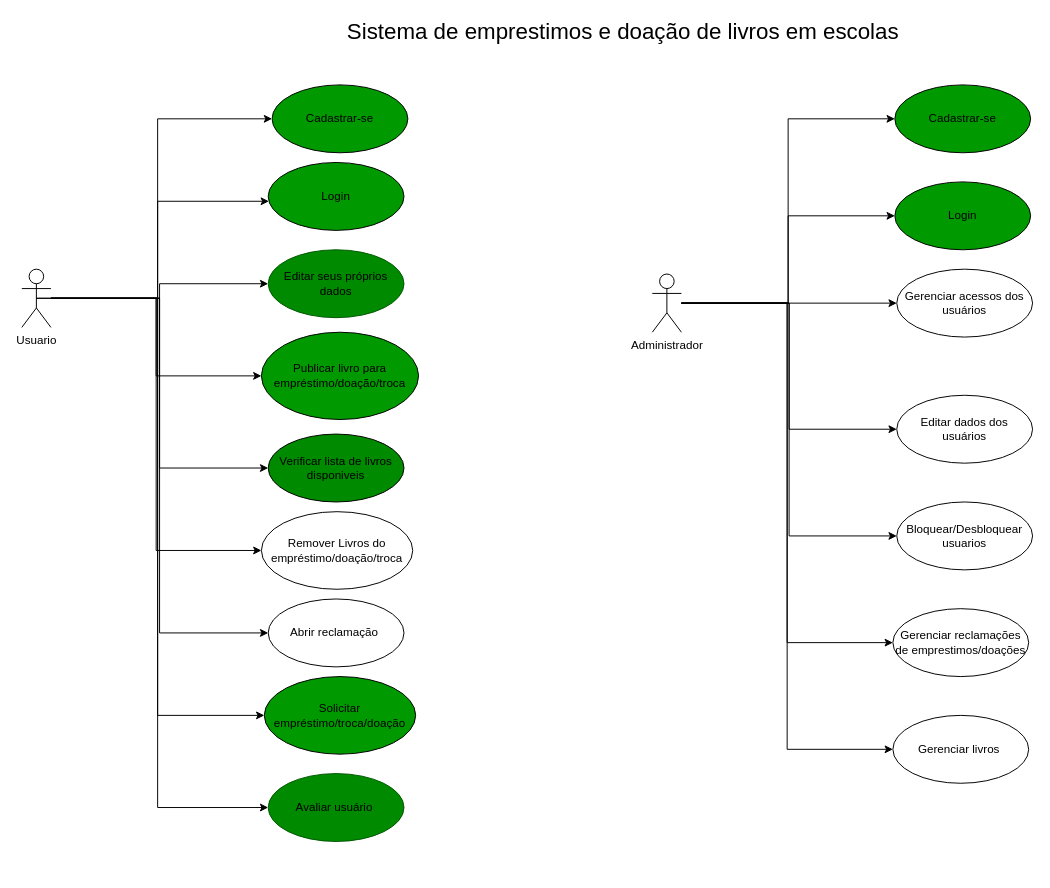
The draw.io diagram page "Caso de uso" (1 of 8) of Diagramas/Diagramas.drawio in Raphael0305/Fatec-PI, before the edit. Source tidied: cells renumbered, new cells numbered last; positions are measured from the earlier drawing's top-left corner, leaving out a move shared by most shapes. Both pictures are drawn from the tidied source at 97%, with x=0, y=0 at pixel (21, 16).
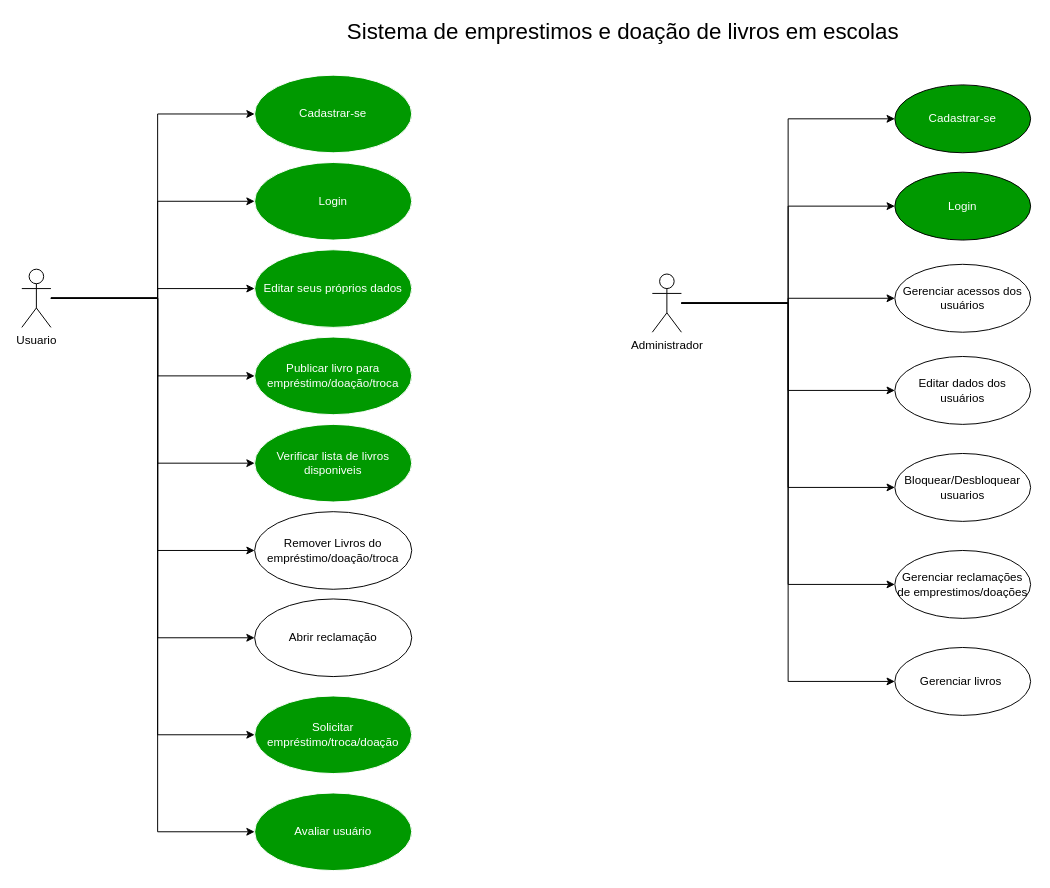
The same page after the edit.

The change refers to these unchanged cells:
```xml
<mxCell id="11" value="Usuario" style="shape=umlActor;verticalLabelPosition=bottom;verticalAlign=top;html=1;" parent="1" vertex="1">
  <mxGeometry y="260" width="30" height="60" as="geometry" />
</mxCell>
<mxCell id="19" value="Administrador" style="shape=umlActor;verticalLabelPosition=bottom;verticalAlign=top;html=1;" parent="1" vertex="1">
  <mxGeometry x="650" y="265" width="30" height="60" as="geometry" />
</mxCell>
```

Diff of the diagram source:
```diff
@@
     <mxCell id="2" style="edgeStyle=orthogonalEdgeStyle;rounded=0;jettySize=auto;html=1;entryX=0;entryY=0.5;entryDx=0;entryDy=0;" parent="1" edge="1" source="11" target="21">
       <mxGeometry relative="1" as="geometry">
         <Array as="points">
           <mxPoint x="140" y="290" />
-          <mxPoint x="140" y="105" />
+          <mxPoint x="140" y="100" />
         </Array>
       </mxGeometry>
     </mxCell>
-    <mxCell id="3" style="edgeStyle=orthogonalEdgeStyle;rounded=0;jettySize=auto;html=1;" parent="1" edge="1" source="11" target="20">
-      <mxGeometry relative="1" as="geometry">
-        <Array as="points">
-          <mxPoint x="140" y="290" />
-          <mxPoint x="140" y="190" />
-        </Array>
-      </mxGeometry>
-    </mxCell>
+    <mxCell id="37" style="edgeStyle=orthogonalEdgeStyle;rounded=0;jettySize=auto;html=1;entryX=0;entryY=0.5;entryDx=0;entryDy=0;" parent="1" edge="1" source="11" target="39">
+      <mxGeometry relative="1" as="geometry">
+        <Array as="points">
+          <mxPoint x="140" y="290" />
+          <mxPoint x="140" y="190" />
+        </Array>
+      </mxGeometry>
+    </mxCell>
+    <mxCell id="9" style="edgeStyle=orthogonalEdgeStyle;rounded=0;jettySize=auto;html=1;" parent="1" edge="1" source="11" target="29">
+      <mxGeometry relative="1" as="geometry">
+        <Array as="points">
+          <mxPoint x="140" y="290" />
+          <mxPoint x="140" y="280" />
+        </Array>
+      </mxGeometry>
+    </mxCell>
     <mxCell id="4" style="edgeStyle=orthogonalEdgeStyle;rounded=0;jettySize=auto;html=1;entryX=0;entryY=0.5;entryDx=0;entryDy=0;" parent="1" edge="1" source="11" target="22">
-      <mxGeometry relative="1" as="geometry" />
+      <mxGeometry relative="1" as="geometry">
+        <Array as="points">
+          <mxPoint x="140" y="290" />
+          <mxPoint x="140" y="370" />
+        </Array>
+      </mxGeometry>
     </mxCell>
     <mxCell id="5" style="edgeStyle=orthogonalEdgeStyle;rounded=0;jettySize=auto;html=1;entryX=0;entryY=0.5;entryDx=0;entryDy=0;" parent="1" edge="1" source="11" target="25">
-      <mxGeometry relative="1" as="geometry" />
+      <mxGeometry relative="1" as="geometry">
+        <Array as="points">
+          <mxPoint x="140" y="290" />
+          <mxPoint x="140" y="460" />
+        </Array>
+      </mxGeometry>
     </mxCell>
     <mxCell id="6" style="edgeStyle=orthogonalEdgeStyle;rounded=0;jettySize=auto;html=1;entryX=0;entryY=0.5;entryDx=0;entryDy=0;" parent="1" edge="1" source="11" target="23">
-      <mxGeometry relative="1" as="geometry" />
+      <mxGeometry relative="1" as="geometry">
+        <Array as="points">
+          <mxPoint x="140" y="290" />
+          <mxPoint x="140" y="550" />
+        </Array>
+      </mxGeometry>
     </mxCell>
+    <mxCell id="10" style="edgeStyle=orthogonalEdgeStyle;rounded=0;jettySize=auto;html=1;entryX=0;entryY=0.5;entryDx=0;entryDy=0;" parent="1" edge="1" source="11" target="30">
+      <mxGeometry relative="1" as="geometry">
+        <Array as="points">
+          <mxPoint x="140" y="290" />
+          <mxPoint x="140" y="640" />
+        </Array>
+      </mxGeometry>
+    </mxCell>
-    <mxCell id="7" style="edgeStyle=orthogonalEdgeStyle;rounded=0;jettySize=auto;html=1;exitX=0.5;exitY=0.5;exitDx=0;exitDy=0;exitPerimeter=0;entryX=0;entryY=0.5;entryDx=0;entryDy=0;" parent="1" edge="1" source="11" target="24">
-      <mxGeometry relative="1" as="geometry" />
+    <mxCell id="7" style="edgeStyle=orthogonalEdgeStyle;rounded=0;jettySize=auto;html=1;entryX=0;entryY=0.5;entryDx=0;entryDy=0;" parent="1" edge="1" source="11" target="24">
+      <mxGeometry relative="1" as="geometry">
+        <Array as="points">
+          <mxPoint x="140" y="290" />
+          <mxPoint x="140" y="740" />
+        </Array>
+      </mxGeometry>
     </mxCell>
-    <mxCell id="8" style="edgeStyle=orthogonalEdgeStyle;rounded=0;jettySize=auto;html=1;entryX=0;entryY=0.5;entryDx=0;entryDy=0;exitX=0.5;exitY=0.5;exitDx=0;exitDy=0;exitPerimeter=0;" parent="1" edge="1" source="11" target="26">
+    <mxCell id="8" style="edgeStyle=orthogonalEdgeStyle;rounded=0;jettySize=auto;html=1;entryX=0;entryY=0.5;entryDx=0;entryDy=0;" parent="1" edge="1" source="11" target="26">
       <mxGeometry relative="1" as="geometry">
         <Array as="points">
           <mxPoint x="140" y="290" />
-          <mxPoint x="140" y="815" />
+          <mxPoint x="140" y="840" />
         </Array>
       </mxGeometry>
     </mxCell>
-    <mxCell id="9" style="edgeStyle=orthogonalEdgeStyle;rounded=0;jettySize=auto;html=1;" parent="1" edge="1" source="11" target="29">
-      <mxGeometry relative="1" as="geometry" />
-    </mxCell>
-    <mxCell id="10" style="edgeStyle=orthogonalEdgeStyle;rounded=0;jettySize=auto;html=1;entryX=0;entryY=0.5;entryDx=0;entryDy=0;" parent="1" edge="1" source="11" target="30">
-      <mxGeometry relative="1" as="geometry" />
-    </mxCell>
@@
+    <mxCell id="15" style="edgeStyle=orthogonalEdgeStyle;rounded=0;jettySize=auto;html=1;entryX=0;entryY=0.5;entryDx=0;entryDy=0;" parent="1" edge="1" source="19" target="33">
+      <mxGeometry relative="1" as="geometry" />
+    </mxCell>
+    <mxCell id="18" style="edgeStyle=orthogonalEdgeStyle;rounded=0;jettySize=auto;html=1;entryX=0;entryY=0.5;entryDx=0;entryDy=0;" parent="1" edge="1" source="19" target="36">
+      <mxGeometry relative="1" as="geometry" />
+    </mxCell>
+    <mxCell id="38" style="edgeStyle=orthogonalEdgeStyle;rounded=0;jettySize=auto;html=1;entryX=0;entryY=0.5;entryDx=0;entryDy=0;" parent="1" edge="1" source="19" target="40">
+      <mxGeometry relative="1" as="geometry" />
+    </mxCell>
+    <mxCell id="17" style="edgeStyle=orthogonalEdgeStyle;rounded=0;jettySize=auto;html=1;entryX=0;entryY=0.5;entryDx=0;entryDy=0;" parent="1" edge="1" source="19" target="35">
+      <mxGeometry relative="1" as="geometry" />
+    </mxCell>
@@
-    <mxCell id="15" style="edgeStyle=orthogonalEdgeStyle;rounded=0;jettySize=auto;html=1;entryX=0;entryY=0.5;entryDx=0;entryDy=0;" parent="1" edge="1" source="19" target="33">
-      <mxGeometry relative="1" as="geometry" />
-    </mxCell>
-    <mxCell id="16" style="edgeStyle=orthogonalEdgeStyle;rounded=0;jettySize=auto;html=1;entryX=0;entryY=0.5;entryDx=0;entryDy=0;" parent="1" edge="1" source="19" target="34">
-      <mxGeometry relative="1" as="geometry">
-        <Array as="points">
-          <mxPoint x="790" y="295" />
-          <mxPoint x="790" y="205" />
-        </Array>
-      </mxGeometry>
-    </mxCell>
-    <mxCell id="17" style="edgeStyle=orthogonalEdgeStyle;rounded=0;jettySize=auto;html=1;entryX=0;entryY=0.5;entryDx=0;entryDy=0;" parent="1" edge="1" source="19" target="35">
-      <mxGeometry relative="1" as="geometry">
-        <Array as="points">
-          <mxPoint x="900" y="295" />
-        </Array>
-      </mxGeometry>
-    </mxCell>
-    <mxCell id="18" style="edgeStyle=orthogonalEdgeStyle;rounded=0;jettySize=auto;html=1;entryX=0;entryY=0.5;entryDx=0;entryDy=0;" parent="1" edge="1" source="19" target="36">
-      <mxGeometry relative="1" as="geometry" />
-    </mxCell>
@@
-    <mxCell id="20" value="Login" style="ellipse;whiteSpace=wrap;html=1;fillColor=#009900;" parent="1" vertex="1">
-      <mxGeometry x="254" y="150" width="140" height="70" as="geometry" />
-    </mxCell>
-    <mxCell id="21" value="Cadastrar-se" style="ellipse;whiteSpace=wrap;html=1;fillColor=#009900;" parent="1" vertex="1">
-      <mxGeometry x="258" y="70" width="140" height="70" as="geometry" />
+    <mxCell id="21" value="&lt;font color=&quot;#ffffff&quot;&gt;Cadastrar-se&lt;/font&gt;" style="ellipse;whiteSpace=wrap;html=1;fillColor=#009900;strokeColor=#FFFFFF;" parent="1" vertex="1">
+      <mxGeometry x="240" y="60" width="162" height="80" as="geometry" />
     </mxCell>
+    <mxCell id="32" value="&lt;font style=&quot;font-size: 23px;&quot;&gt;Sistema de emprestimos e doação de livros em escolas&lt;/font&gt;" style="text;html=1;align=center;verticalAlign=middle;whiteSpace=wrap;rounded=0;" parent="1" vertex="1">
+      <mxGeometry x="290" width="660" height="30" as="geometry" />
+    </mxCell>
+    <mxCell id="33" value="&lt;font color=&quot;#ffffff&quot;&gt;Cadastrar-se&lt;/font&gt;" style="ellipse;whiteSpace=wrap;html=1;fillColor=#009900;" parent="1" vertex="1">
+      <mxGeometry x="900" y="70" width="140" height="70" as="geometry" />
+    </mxCell>
+    <mxCell id="36" value="Gerenciar&lt;span style=&quot;background-color: initial;&quot;&gt;&amp;nbsp;livros&amp;nbsp;&lt;/span&gt;" style="ellipse;whiteSpace=wrap;html=1;" parent="1" vertex="1">
+      <mxGeometry x="900" y="650" width="140" height="70" as="geometry" />
+    </mxCell>
+    <mxCell id="39" value="&lt;font color=&quot;#ffffff&quot;&gt;Login&lt;/font&gt;" style="ellipse;whiteSpace=wrap;html=1;fillColor=#009900;strokeColor=#FFFFFF;" parent="1" vertex="1">
+      <mxGeometry x="240" y="150" width="162" height="80" as="geometry" />
+    </mxCell>
+    <mxCell id="29" value="&lt;font color=&quot;#ffffff&quot;&gt;Editar seus próprios dados&lt;/font&gt;" style="ellipse;whiteSpace=wrap;html=1;fillColor=#009900;strokeColor=#FFFFFF;" parent="1" vertex="1">
+      <mxGeometry x="240" y="240" width="162" height="80" as="geometry" />
+    </mxCell>
-    <mxCell id="22" value="Publicar livro para empréstimo/doação/troca" style="ellipse;whiteSpace=wrap;html=1;fillColor=#009900;" parent="1" vertex="1">
-      <mxGeometry x="247" y="325" width="162" height="90" as="geometry" />
+    <mxCell id="22" value="&lt;span style=&quot;color: rgb(255, 255, 255);&quot;&gt;Publicar livro para empréstimo/doação/troca&lt;/span&gt;" style="ellipse;whiteSpace=wrap;html=1;fillColor=#009900;strokeColor=#FFFFFF;" parent="1" vertex="1">
+      <mxGeometry x="240" y="330" width="162" height="80" as="geometry" />
     </mxCell>
+    <mxCell id="25" value="&lt;span style=&quot;color: rgb(255, 255, 255);&quot;&gt;Verificar lista de livros disponiveis&lt;/span&gt;" style="ellipse;whiteSpace=wrap;html=1;fillColor=#009900;strokeColor=#FFFFFF;" parent="1" vertex="1">
+      <mxGeometry x="240" y="420" width="162" height="80" as="geometry" />
+    </mxCell>
-    <mxCell id="23" value="Remover Livros do empréstimo/doação/troca" style="ellipse;whiteSpace=wrap;html=1;" parent="1" vertex="1">
-      <mxGeometry x="247" y="510" width="156" height="80" as="geometry" />
+    <mxCell id="23" value="Remover Livros do empréstimo/doação/troca" style="ellipse;whiteSpace=wrap;html=1;fillColor=#FFFFFF;strokeColor=#000000;" parent="1" vertex="1">
+      <mxGeometry x="240" y="510" width="162" height="80" as="geometry" />
     </mxCell>
+    <mxCell id="30" value="Abrir reclamação" style="ellipse;whiteSpace=wrap;html=1;fillColor=#FFFFFF;strokeColor=#000000;" parent="1" vertex="1">
+      <mxGeometry x="240" y="600" width="162" height="80" as="geometry" />
+    </mxCell>
-    <mxCell id="24" value="Solicitar empréstimo/troca/doação" style="ellipse;whiteSpace=wrap;html=1;fillColor=#009900;" parent="1" vertex="1">
-      <mxGeometry x="250" y="680" width="156" height="80" as="geometry" />
+    <mxCell id="24" value="&lt;span style=&quot;color: rgb(255, 255, 255);&quot;&gt;Solicitar empréstimo/troca/doação&lt;/span&gt;" style="ellipse;whiteSpace=wrap;html=1;fillColor=#009900;strokeColor=#FFFFFF;" parent="1" vertex="1">
+      <mxGeometry x="240" y="700" width="162" height="80" as="geometry" />
     </mxCell>
-    <mxCell id="25" value="Verificar lista de livros disponiveis" style="ellipse;whiteSpace=wrap;html=1;fillColor=#008a00;strokeColor=default;fontColor=#000000;labelBackgroundColor=none;" parent="1" vertex="1">
-      <mxGeometry x="254" y="430" width="140" height="70" as="geometry" />
-    </mxCell>
-    <mxCell id="26" value="Avaliar usuário&amp;nbsp;" style="ellipse;whiteSpace=wrap;html=1;fillColor=#008a00;fontColor=#000000;strokeColor=#005700;" parent="1" vertex="1">
-      <mxGeometry x="254" y="780" width="140" height="70" as="geometry" />
+    <mxCell id="26" value="&lt;span style=&quot;color: rgb(255, 255, 255);&quot;&gt;Avaliar usuário&lt;/span&gt;" style="ellipse;whiteSpace=wrap;html=1;fillColor=#009900;strokeColor=#FFFFFF;" parent="1" vertex="1">
+      <mxGeometry x="240" y="800" width="162" height="80" as="geometry" />
     </mxCell>
+    <mxCell id="40" value="&lt;font color=&quot;#ffffff&quot;&gt;Login&lt;/font&gt;" style="ellipse;whiteSpace=wrap;html=1;fillColor=#009900;" parent="1" vertex="1">
+      <mxGeometry x="900" y="160" width="140" height="70" as="geometry" />
+    </mxCell>
+    <mxCell id="35" value="Gerenciar acessos dos usuários" style="ellipse;whiteSpace=wrap;html=1;fillColor=#FFFFFF;" parent="1" vertex="1">
+      <mxGeometry x="900" y="255" width="140" height="70" as="geometry" />
+    </mxCell>
-    <mxCell id="27" value="Editar dados dos usuários" style="ellipse;whiteSpace=wrap;html=1;" parent="1" vertex="1">
-      <mxGeometry x="902" y="390" width="140" height="70" as="geometry" />
+    <mxCell id="27" value="Editar dados dos usuários" style="ellipse;whiteSpace=wrap;html=1;fillColor=#FFFFFF;" parent="1" vertex="1">
+      <mxGeometry x="900" y="350" width="140" height="70" as="geometry" />
     </mxCell>
-    <mxCell id="28" value="Bloquear/Desbloquear usuarios" style="ellipse;whiteSpace=wrap;html=1;" parent="1" vertex="1">
-      <mxGeometry x="902" y="500" width="140" height="70" as="geometry" />
+    <mxCell id="28" value="Bloquear/Desbloquear usuarios" style="ellipse;whiteSpace=wrap;html=1;fillColor=#FFFFFF;" parent="1" vertex="1">
+      <mxGeometry x="900" y="450" width="140" height="70" as="geometry" />
     </mxCell>
-    <mxCell id="29" value="Editar seus próprios dados" style="ellipse;whiteSpace=wrap;html=1;fillColor=#008a00;fontColor=#000000;strokeColor=#005700;" parent="1" vertex="1">
-      <mxGeometry x="254" y="240" width="140" height="70" as="geometry" />
-    </mxCell>
-    <mxCell id="30" value="Abrir reclamação&amp;nbsp;" style="ellipse;whiteSpace=wrap;html=1;" parent="1" vertex="1">
-      <mxGeometry x="254" y="600" width="140" height="70" as="geometry" />
-    </mxCell>
-    <mxCell id="31" value="Gerenciar reclamações de emprestimos/doações" style="ellipse;whiteSpace=wrap;html=1;" parent="1" vertex="1">
-      <mxGeometry x="898" y="610" width="140" height="70" as="geometry" />
+    <mxCell id="31" value="Gerenciar reclamações de emprestimos/doações" style="ellipse;whiteSpace=wrap;html=1;fillColor=#FFFFFF;" parent="1" vertex="1">
+      <mxGeometry x="900" y="550" width="140" height="70" as="geometry" />
     </mxCell>
-    <mxCell id="32" value="&lt;font style=&quot;font-size: 23px;&quot;&gt;Sistema de emprestimos e doação de livros em escolas&lt;/font&gt;" style="text;html=1;align=center;verticalAlign=middle;whiteSpace=wrap;rounded=0;" parent="1" vertex="1">
-      <mxGeometry x="290" width="660" height="30" as="geometry" />
-    </mxCell>
-    <mxCell id="33" value="Cadastrar-se" style="ellipse;whiteSpace=wrap;html=1;fillColor=#009900;" parent="1" vertex="1">
-      <mxGeometry x="900" y="70" width="140" height="70" as="geometry" />
-    </mxCell>
-    <mxCell id="34" value="Login" style="ellipse;whiteSpace=wrap;html=1;fillColor=#009900;" parent="1" vertex="1">
-      <mxGeometry x="900" y="170" width="140" height="70" as="geometry" />
-    </mxCell>
-    <mxCell id="35" value="Gerenciar acessos dos usuários" style="ellipse;whiteSpace=wrap;html=1;" parent="1" vertex="1">
-      <mxGeometry x="902" y="260" width="140" height="70" as="geometry" />
-    </mxCell>
-    <mxCell id="36" value="Gerenciar&lt;span style=&quot;background-color: initial;&quot;&gt;&amp;nbsp;livros&amp;nbsp;&lt;/span&gt;" style="ellipse;whiteSpace=wrap;html=1;" parent="1" vertex="1">
-      <mxGeometry x="898" y="720" width="140" height="70" as="geometry" />
-    </mxCell>
```
